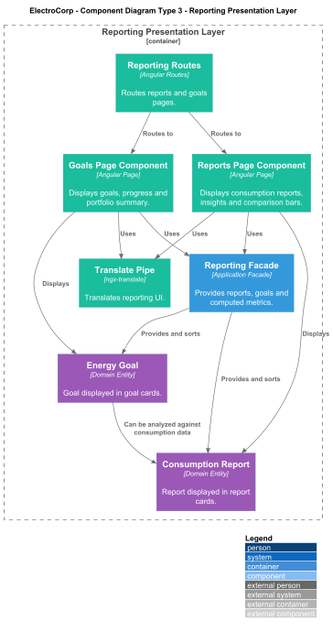
This is assets/frontend-presentation-reporting-components.png from upc-pre-202610-1asi0729-11896-ECorp/Electrocorp-report, a PlantUML export, as it was before one commit. Source of this version:
```plantuml
@startuml ElectroCorp_Type3_Reporting_Presentation
!includeurl https://raw.githubusercontent.com/plantuml-stdlib/C4-PlantUML/master/C4_Component.puml

title ElectroCorp - Component Diagram Type 3 - Reporting Presentation Layer

LAYOUT_WITH_LEGEND()

AddComponentTag("presentation", $bgColor="#1ABC9C", $fontColor="#FFFFFF")
AddComponentTag("application", $bgColor="#3498DB", $fontColor="#FFFFFF")
AddComponentTag("domain", $bgColor="#9B59B6", $fontColor="#FFFFFF")

Container_Boundary(reportingPresentation, "Reporting Presentation Layer") {
  Component(routes, "Reporting Routes", "Angular Routes", "Routes reports and goals pages.", $tags="presentation")
  Component(reportsPage, "Reports Page Component", "Angular Page", "Displays consumption reports, insights and comparison bars.", $tags="presentation")
  Component(goalsPage, "Goals Page Component", "Angular Page", "Displays goals, progress and portfolio summary.", $tags="presentation")
  Component(translatePipe, "Translate Pipe", "ngx-translate", "Translates reporting UI.", $tags="presentation")

  Component(facade, "Reporting Facade", "Application Facade", "Provides reports, goals and computed metrics.", $tags="application")
  Component(report, "Consumption Report", "Domain Entity", "Report displayed in report cards.", $tags="domain")
  Component(goal, "Energy Goal", "Domain Entity", "Goal displayed in goal cards.", $tags="domain")
}

Rel(routes, reportsPage, "Routes to")
Rel(routes, goalsPage, "Routes to")
Rel(reportsPage, facade, "Uses")
Rel(goalsPage, facade, "Uses")
Rel(reportsPage, translatePipe, "Uses")
Rel(goalsPage, translatePipe, "Uses")
Rel(reportsPage, report, "Displays")
Rel(goalsPage, goal, "Displays")
Rel(facade, report, "Provides and sorts")
Rel(facade, goal, "Provides and sorts")
Rel(goal, report, "Can be analyzed against consumption data")

@enduml
```
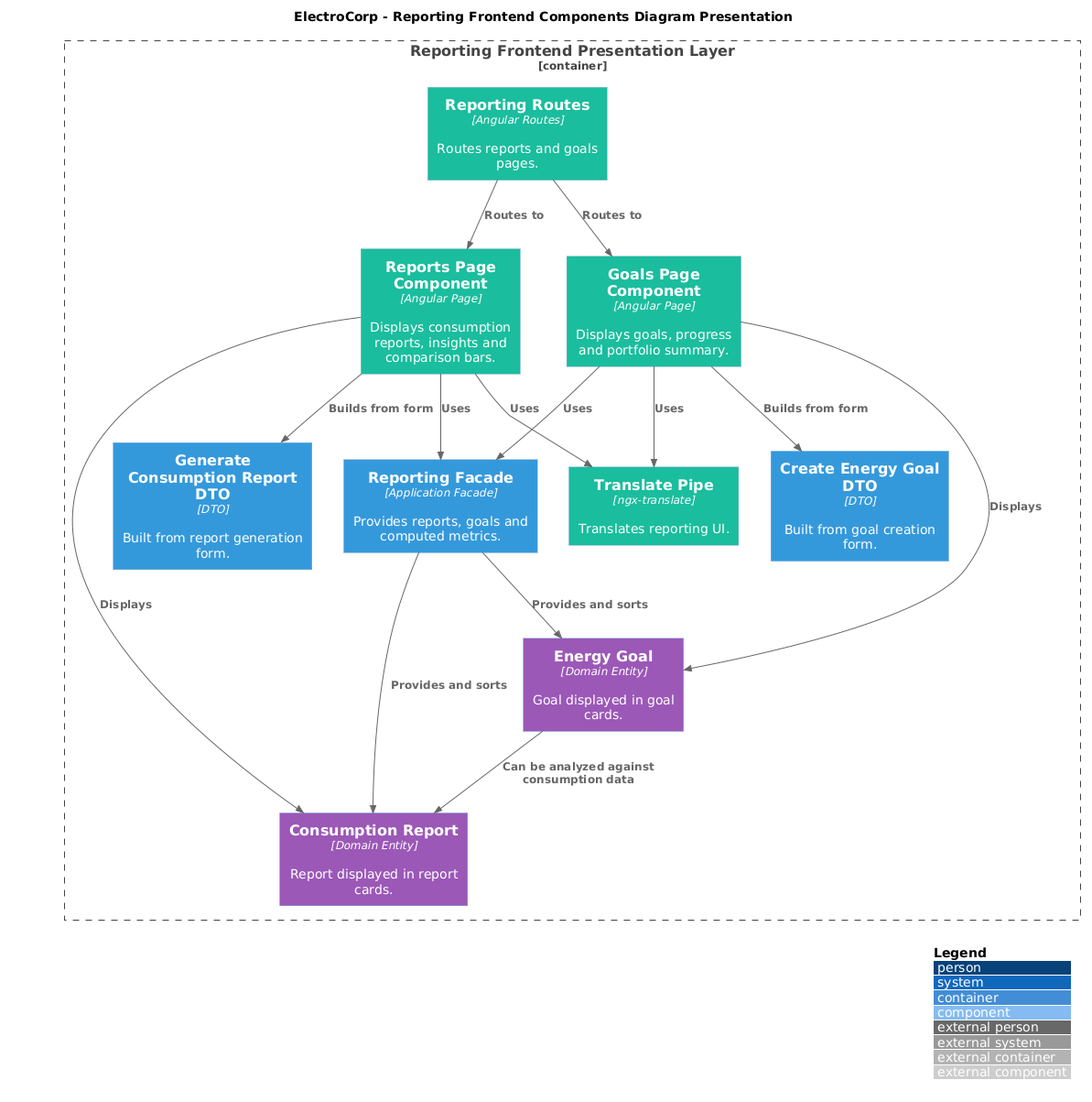
Above is the later version.

What changed in the source:
```diff
@@ -1,7 +1,7 @@
-@startuml ElectroCorp_Type3_Reporting_Presentation
+@startuml
 !includeurl https://raw.githubusercontent.com/plantuml-stdlib/C4-PlantUML/master/C4_Component.puml
 
-title ElectroCorp - Component Diagram Type 3 - Reporting Presentation Layer
+title ElectroCorp - Reporting Frontend Components Diagram Presentation
 
 LAYOUT_WITH_LEGEND()
 
@@ -9,13 +9,16 @@
 AddComponentTag("application", $bgColor="#3498DB", $fontColor="#FFFFFF")
 AddComponentTag("domain", $bgColor="#9B59B6", $fontColor="#FFFFFF")
 
-Container_Boundary(reportingPresentation, "Reporting Presentation Layer") {
+Container_Boundary(reportingPresentation, "Reporting Frontend Presentation Layer") {
   Component(routes, "Reporting Routes", "Angular Routes", "Routes reports and goals pages.", $tags="presentation")
   Component(reportsPage, "Reports Page Component", "Angular Page", "Displays consumption reports, insights and comparison bars.", $tags="presentation")
   Component(goalsPage, "Goals Page Component", "Angular Page", "Displays goals, progress and portfolio summary.", $tags="presentation")
   Component(translatePipe, "Translate Pipe", "ngx-translate", "Translates reporting UI.", $tags="presentation")
 
   Component(facade, "Reporting Facade", "Application Facade", "Provides reports, goals and computed metrics.", $tags="application")
+  Component(generateReportDto, "Generate Consumption Report DTO", "DTO", "Built from report generation form.", $tags="application")
+  Component(createGoalDto, "Create Energy Goal DTO", "DTO", "Built from goal creation form.", $tags="application")
+
   Component(report, "Consumption Report", "Domain Entity", "Report displayed in report cards.", $tags="domain")
   Component(goal, "Energy Goal", "Domain Entity", "Goal displayed in goal cards.", $tags="domain")
 }
@@ -26,10 +29,11 @@
 Rel(goalsPage, facade, "Uses")
 Rel(reportsPage, translatePipe, "Uses")
 Rel(goalsPage, translatePipe, "Uses")
+Rel(reportsPage, generateReportDto, "Builds from form")
+Rel(goalsPage, createGoalDto, "Builds from form")
 Rel(reportsPage, report, "Displays")
 Rel(goalsPage, goal, "Displays")
 Rel(facade, report, "Provides and sorts")
 Rel(facade, goal, "Provides and sorts")
 Rel(goal, report, "Can be analyzed against consumption data")
-
 @enduml
```
